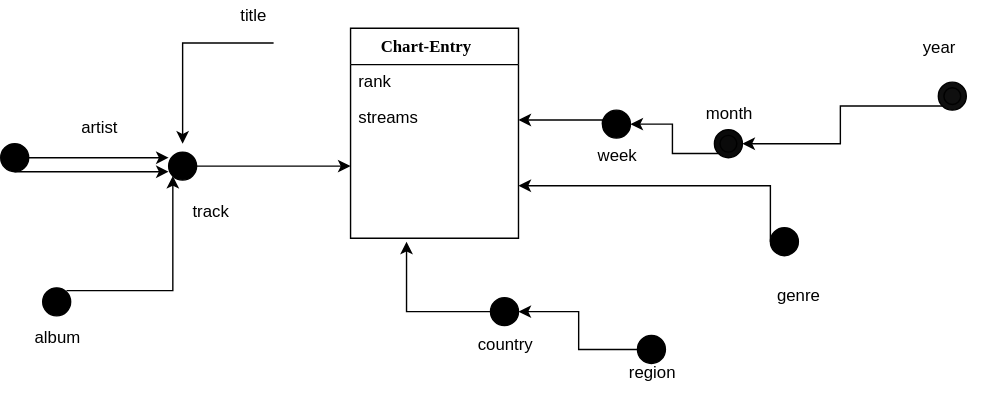
This is figures/DF1.svg from AlexChanson/DW, a draw.io export, as it was before one commit. Source tidied: cells renumbered, new cells last; positions are measured from the earlier drawing's top-left corner, leaving out a move shared by most shapes.
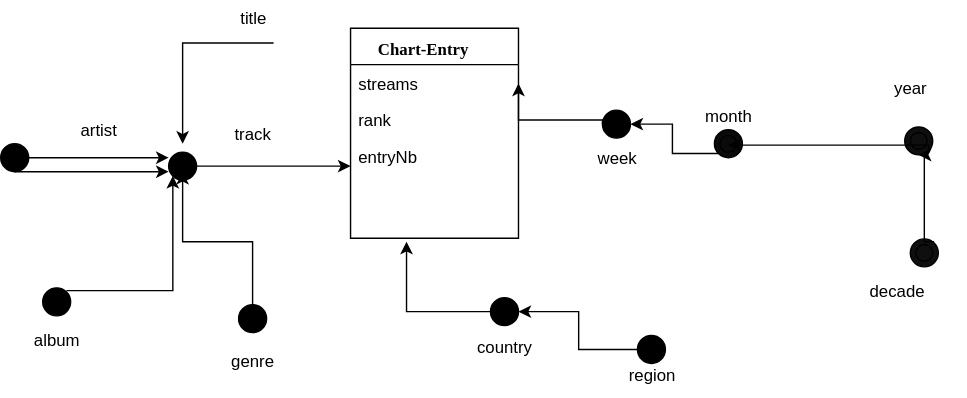
After the change.

Diff of the diagram source:
```diff
@@ -5,12 +5,15 @@
     <mxCell id="2" value="Chart-Entry" style="swimlane;html=1;fontStyle=1;align=center;verticalAlign=top;horizontal=1;startSize=26;swimlaneFillColor=#ffffff;rounded=0;shadow=0;comic=0;labelBackgroundColor=none;strokeColor=#000000;strokeWidth=1;fillColor=none;fontFamily=Verdana;fontSize=12;fontColor=#000000;" parent="1" vertex="1">
       <mxGeometry x="250" y="19.5" width="120" height="150" as="geometry" />
     </mxCell>
+    <mxCell id="4" value="streams" style="text;html=1;strokeColor=none;fillColor=none;align=left;verticalAlign=top;spacingLeft=4;spacingRight=4;whiteSpace=wrap;overflow=hidden;points=[[0,0.5],[1,0.5]];portConstraint=eastwest;" parent="2" vertex="1">
+      <mxGeometry y="26" width="120" height="26" as="geometry" />
+    </mxCell>
     <mxCell id="3" value="rank" style="text;html=1;strokeColor=none;fillColor=none;align=left;verticalAlign=top;spacingLeft=4;spacingRight=4;whiteSpace=wrap;overflow=hidden;" parent="2" vertex="1">
-      <mxGeometry y="26" width="120" height="26" as="geometry" />
+      <mxGeometry y="52" width="120" height="26" as="geometry" />
     </mxCell>
-    <mxCell id="4" value="streams" style="text;html=1;strokeColor=none;fillColor=none;align=left;verticalAlign=top;spacingLeft=4;spacingRight=4;whiteSpace=wrap;overflow=hidden;points=[[0,0.5],[1,0.5]];portConstraint=eastwest;" parent="2" vertex="1">
-      <mxGeometry y="52" width="120" height="26" as="geometry" />
-    </mxCell>
+    <mxCell id="36" value="entryNb" style="text;html=1;strokeColor=none;fillColor=none;align=left;verticalAlign=top;spacingLeft=4;spacingRight=4;whiteSpace=wrap;overflow=hidden;" parent="2" vertex="1">
+      <mxGeometry y="78" width="120" height="26" as="geometry" />
+    </mxCell>
     <mxCell id="5" style="edgeStyle=orthogonalEdgeStyle;rounded=0;html=1;jettySize=auto;entryX=0;entryY=0.725;entryPerimeter=0;" parent="1" edge="1" source="6" target="10">
       <mxGeometry relative="1" as="geometry">
         <Array as="points">
@@ -52,25 +55,18 @@
     <mxCell id="14" style="ellipse;shape=doubleEllipse;whiteSpace=wrap;html=1;fillColor=#0A0A0A;" parent="1" vertex="1">
       <mxGeometry x="510" y="91.5" width="20" height="20" as="geometry" />
     </mxCell>
-    <mxCell id="15" style="edgeStyle=orthogonalEdgeStyle;rounded=0;html=1;exitX=0;exitY=1;entryX=1;entryY=0.5;jettySize=auto;" parent="1" edge="1" source="16" target="14">
-      <mxGeometry relative="1" as="geometry" />
-    </mxCell>
     <mxCell id="16" style="ellipse;shape=doubleEllipse;whiteSpace=wrap;html=1;fillColor=#0F0F0F;" parent="1" vertex="1">
-      <mxGeometry x="670" y="57.5" width="20" height="20" as="geometry" />
+      <mxGeometry x="646" y="89.5" width="20" height="20" as="geometry" />
     </mxCell>
-    <mxCell id="17" style="edgeStyle=orthogonalEdgeStyle;rounded=0;html=1;exitX=0;exitY=0.5;jettySize=auto;entryX=1;entryY=0.75;" parent="1" edge="1" source="18" target="2">
-      <mxGeometry relative="1" as="geometry">
-        <Array as="points">
-          <mxPoint x="550" y="132" />
-        </Array>
-      </mxGeometry>
-    </mxCell>
+    <mxCell id="37" style="edgeStyle=orthogonalEdgeStyle;rounded=0;html=1;exitX=0.5;exitY=0;entryX=0.5;entryY=0.725;entryPerimeter=0;jettySize=auto;" parent="1" edge="1" source="18" target="10">
+      <mxGeometry relative="1" as="geometry" />
+    </mxCell>
     <mxCell id="18" style="ellipse;shape=doubleEllipse;whiteSpace=wrap;html=1;fillColor=#000000;" parent="1" vertex="1">
-      <mxGeometry x="550" y="162" width="20" height="20" as="geometry" />
+      <mxGeometry x="170" y="217" width="20" height="20" as="geometry" />
     </mxCell>
     <object id="19" label="track" name="Variable" placeholders="1">
       <mxCell style="text;html=1;strokeColor=none;fillColor=none;align=center;verticalAlign=middle;whiteSpace=wrap;overflow=hidden;" parent="1" vertex="1">
-        <mxGeometry x="110" y="142" width="80" height="20" as="geometry" />
+        <mxGeometry x="140" y="84.5" width="80" height="20" as="geometry" />
       </mxCell>
     </object>
     <object id="20" label="album" name="Variable" placeholders="1">
@@ -85,7 +81,7 @@
     </object>
     <object id="22" label="year" name="Variable" placeholders="1">
       <mxCell style="text;html=1;strokeColor=none;fillColor=none;align=center;verticalAlign=middle;whiteSpace=wrap;overflow=hidden;" parent="1" vertex="1">
-        <mxGeometry x="630" y="24.5" width="80" height="20" as="geometry" />
+        <mxGeometry x="610" y="51.5" width="80" height="20" as="geometry" />
       </mxCell>
     </object>
     <object id="23" label="month" name="Variable" placeholders="1">
@@ -100,7 +96,7 @@
     </object>
     <object id="25" label="genre" name="Variable" placeholders="1">
       <mxCell style="text;html=1;strokeColor=none;fillColor=none;align=center;verticalAlign=middle;whiteSpace=wrap;overflow=hidden;" parent="1" vertex="1">
-        <mxGeometry x="530" y="202" width="80" height="20" as="geometry" />
+        <mxGeometry x="140" y="247" width="80" height="20" as="geometry" />
       </mxCell>
     </object>
     <object id="26" label="title" name="Variable" placeholders="1">
@@ -151,5 +147,28 @@
         </Array>
       </mxGeometry>
     </mxCell>
+    <mxCell id="38" style="ellipse;shape=doubleEllipse;whiteSpace=wrap;html=1;fillColor=#0F0F0F;" parent="1" vertex="1">
+      <mxGeometry x="650" y="169.5" width="20" height="20" as="geometry" />
+    </mxCell>
+    <mxCell id="39" style="edgeStyle=orthogonalEdgeStyle;rounded=0;html=1;exitX=1;exitY=0;entryX=0.5;entryY=1;jettySize=auto;" parent="1" edge="1" source="38" target="16">
+      <mxGeometry relative="1" as="geometry">
+        <Array as="points">
+          <mxPoint x="660" y="172" />
+        </Array>
+      </mxGeometry>
+    </mxCell>
+    <object id="40" label="decade" name="Variable" placeholders="1">
+      <mxCell style="text;html=1;strokeColor=none;fillColor=none;align=center;verticalAlign=middle;whiteSpace=wrap;overflow=hidden;" parent="1" vertex="1">
+        <mxGeometry x="600" y="197" width="80" height="20" as="geometry" />
+      </mxCell>
+    </object>
+    <mxCell id="41" style="edgeStyle=orthogonalEdgeStyle;rounded=0;html=1;exitX=1;exitY=1;entryX=1;entryY=0.5;jettySize=auto;" parent="1" edge="1" source="16">
+      <mxGeometry relative="1" as="geometry">
+        <mxPoint x="519.8" y="102.8" as="targetPoint" />
+        <Array as="points">
+          <mxPoint x="663" y="103" />
+        </Array>
+      </mxGeometry>
+    </mxCell>
   </root>
 </mxGraphModel>
```
